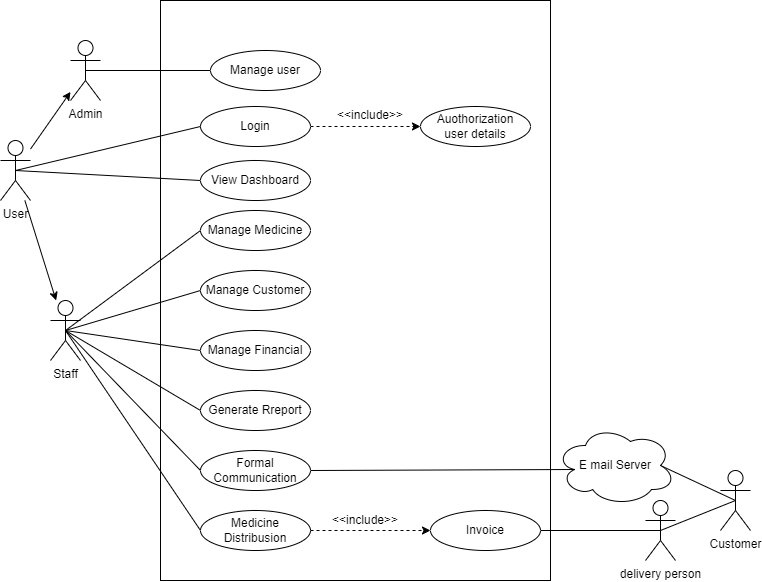
ChandimalPriyamantha/Pharmacy_Shop_Management_System keeps this draw.io diagram as Doc/Use case Diagram/PNG/Use case diagram.png. Above is the earlier version. Source tidied: cells renumbered, new cells last; positions are measured from the earlier drawing's top-left corner, leaving out a move shared by most shapes. Its diagram source:
```xml
<mxGraphModel>
  <root>
    <mxCell id="0" />
    <mxCell id="1" parent="0" />
    <mxCell id="2" style="rounded=0;whiteSpace=wrap;html=1;" parent="1" vertex="1">
      <mxGeometry x="160" width="390" height="580" as="geometry" />
    </mxCell>
    <mxCell id="3" style="rounded=0;jettySize=auto;html=1;" parent="1" edge="1" source="5" target="11">
      <mxGeometry relative="1" as="geometry" />
    </mxCell>
    <mxCell id="4" style="rounded=0;jettySize=auto;html=1;" parent="1" edge="1" source="5" target="14">
      <mxGeometry relative="1" as="geometry" />
    </mxCell>
    <mxCell id="5" value="User" style="shape=umlActor;verticalLabelPosition=bottom;verticalAlign=top;html=1;outlineConnect=0;" parent="1" vertex="1">
      <mxGeometry y="140" width="30" height="60" as="geometry" />
    </mxCell>
    <mxCell id="6" style="rounded=0;jettySize=auto;html=1;exitX=1;exitY=0.5;exitDx=0;exitDy=0;entryX=0;entryY=0.5;entryDx=0;entryDy=0;dashed=1;endArrow=classic;endFill=1;" parent="1" edge="1" source="7" target="15">
      <mxGeometry relative="1" as="geometry" />
    </mxCell>
    <mxCell id="7" value="Login" style="ellipse;whiteSpace=wrap;html=1;" parent="1" vertex="1">
      <mxGeometry x="200" y="106" width="110" height="40" as="geometry" />
    </mxCell>
    <mxCell id="8" style="rounded=0;jettySize=auto;html=1;exitX=0.5;exitY=0.5;exitDx=0;exitDy=0;exitPerimeter=0;entryX=0;entryY=0.5;entryDx=0;entryDy=0;endArrow=none;endFill=0;" parent="1" edge="1" source="11" target="17">
      <mxGeometry relative="1" as="geometry" />
    </mxCell>
    <mxCell id="9" style="rounded=0;jettySize=auto;html=1;exitX=0.5;exitY=0.5;exitDx=0;exitDy=0;exitPerimeter=0;entryX=0;entryY=0.5;entryDx=0;entryDy=0;endArrow=none;endFill=0;" parent="1" edge="1" source="11" target="16">
      <mxGeometry relative="1" as="geometry" />
    </mxCell>
    <mxCell id="10" style="rounded=0;jettySize=auto;html=1;exitX=0.5;exitY=0.5;exitDx=0;exitDy=0;exitPerimeter=0;entryX=0;entryY=0.5;entryDx=0;entryDy=0;endArrow=none;endFill=0;" parent="1" edge="1" source="11" target="18">
      <mxGeometry relative="1" as="geometry" />
    </mxCell>
    <mxCell id="11" value="Staff" style="shape=umlActor;verticalLabelPosition=bottom;verticalAlign=top;html=1;outlineConnect=0;" parent="1" vertex="1">
      <mxGeometry x="50" y="300" width="30" height="60" as="geometry" />
    </mxCell>
    <mxCell id="12" style="rounded=0;jettySize=auto;html=1;exitX=0.5;exitY=0.5;exitDx=0;exitDy=0;exitPerimeter=0;entryX=0;entryY=0.5;entryDx=0;entryDy=0;endArrow=none;endFill=0;" parent="1" edge="1" source="5" target="7">
      <mxGeometry relative="1" as="geometry" />
    </mxCell>
    <mxCell id="13" style="rounded=0;jettySize=auto;html=1;exitX=0.5;exitY=0.5;exitDx=0;exitDy=0;exitPerimeter=0;entryX=0;entryY=0.5;entryDx=0;entryDy=0;endArrow=none;endFill=0;" parent="1" edge="1" source="14" target="21">
      <mxGeometry relative="1" as="geometry" />
    </mxCell>
    <mxCell id="14" value="Admin" style="shape=umlActor;verticalLabelPosition=bottom;verticalAlign=top;html=1;outlineConnect=0;" parent="1" vertex="1">
      <mxGeometry x="70" y="40" width="30" height="60" as="geometry" />
    </mxCell>
    <mxCell id="15" value="Auothorization&lt;br&gt;user details" style="ellipse;whiteSpace=wrap;html=1;" parent="1" vertex="1">
      <mxGeometry x="420" y="106" width="110" height="40" as="geometry" />
    </mxCell>
    <mxCell id="16" value="Manage Medicine" style="ellipse;whiteSpace=wrap;html=1;" parent="1" vertex="1">
      <mxGeometry x="200" y="210" width="110" height="40" as="geometry" />
    </mxCell>
    <mxCell id="17" value="Manage Customer" style="ellipse;whiteSpace=wrap;html=1;" parent="1" vertex="1">
      <mxGeometry x="200" y="270" width="110" height="40" as="geometry" />
    </mxCell>
    <mxCell id="18" value="Generate Rreport" style="ellipse;whiteSpace=wrap;html=1;" parent="1" vertex="1">
      <mxGeometry x="200" y="390" width="110" height="40" as="geometry" />
    </mxCell>
    <mxCell id="19" style="rounded=0;jettySize=auto;html=1;exitX=0;exitY=0.5;exitDx=0;exitDy=0;entryX=0.5;entryY=0.5;entryDx=0;entryDy=0;entryPerimeter=0;endArrow=none;endFill=0;" parent="1" edge="1" source="20" target="11">
      <mxGeometry relative="1" as="geometry" />
    </mxCell>
    <mxCell id="20" value="Manage Financial" style="ellipse;whiteSpace=wrap;html=1;" parent="1" vertex="1">
      <mxGeometry x="200" y="330" width="110" height="40" as="geometry" />
    </mxCell>
    <mxCell id="21" value="Manage user" style="ellipse;whiteSpace=wrap;html=1;" parent="1" vertex="1">
      <mxGeometry x="210" y="50" width="110" height="40" as="geometry" />
    </mxCell>
    <mxCell id="22" style="rounded=0;jettySize=auto;html=1;exitX=0;exitY=0.5;exitDx=0;exitDy=0;entryX=0.5;entryY=0.5;entryDx=0;entryDy=0;entryPerimeter=0;endArrow=none;endFill=0;" parent="1" edge="1" source="24" target="11">
      <mxGeometry relative="1" as="geometry" />
    </mxCell>
    <mxCell id="23" style="rounded=0;jettySize=auto;html=1;exitX=1;exitY=0.5;exitDx=0;exitDy=0;entryX=0.16;entryY=0.55;entryDx=0;entryDy=0;entryPerimeter=0;endArrow=none;endFill=0;" parent="1" edge="1" source="24" target="27">
      <mxGeometry relative="1" as="geometry" />
    </mxCell>
    <mxCell id="24" value="Formal Communication" style="ellipse;whiteSpace=wrap;html=1;" parent="1" vertex="1">
      <mxGeometry x="200" y="450" width="110" height="40" as="geometry" />
    </mxCell>
    <mxCell id="25" value="Customer" style="shape=umlActor;verticalLabelPosition=bottom;verticalAlign=top;html=1;outlineConnect=0;" parent="1" vertex="1">
      <mxGeometry x="720" y="470" width="30" height="60" as="geometry" />
    </mxCell>
    <mxCell id="26" style="rounded=0;jettySize=auto;html=1;exitX=0.875;exitY=0.5;exitDx=0;exitDy=0;exitPerimeter=0;entryX=0.5;entryY=0.5;entryDx=0;entryDy=0;entryPerimeter=0;endArrow=none;endFill=0;" parent="1" edge="1" source="27" target="25">
      <mxGeometry relative="1" as="geometry" />
    </mxCell>
    <mxCell id="27" value="E mail Server" style="ellipse;shape=cloud;whiteSpace=wrap;html=1;" parent="1" vertex="1">
      <mxGeometry x="555" y="425" width="120" height="80" as="geometry" />
    </mxCell>
    <mxCell id="28" value="&amp;lt;&amp;lt;include&amp;gt;&amp;gt;" style="text;html=1;strokeColor=none;fillColor=none;align=center;verticalAlign=middle;whiteSpace=wrap;rounded=0;rotation=0;" parent="1" vertex="1">
      <mxGeometry x="340" y="100" width="60" height="30" as="geometry" />
    </mxCell>
    <mxCell id="29" style="rounded=0;jettySize=auto;html=1;exitX=1;exitY=0.5;exitDx=0;exitDy=0;entryX=0.5;entryY=0.5;entryDx=0;entryDy=0;entryPerimeter=0;endArrow=none;endFill=0;" parent="1" edge="1" source="30" target="36">
      <mxGeometry relative="1" as="geometry" />
    </mxCell>
    <mxCell id="30" value="Invoice" style="ellipse;whiteSpace=wrap;html=1;" parent="1" vertex="1">
      <mxGeometry x="430" y="510" width="110" height="40" as="geometry" />
    </mxCell>
    <mxCell id="31" style="rounded=0;jettySize=auto;html=1;exitX=0;exitY=0.5;exitDx=0;exitDy=0;entryX=0.5;entryY=0.5;entryDx=0;entryDy=0;entryPerimeter=0;endArrow=none;endFill=0;" parent="1" edge="1" source="33" target="11">
      <mxGeometry relative="1" as="geometry" />
    </mxCell>
    <mxCell id="32" style="rounded=0;jettySize=auto;html=1;exitX=1;exitY=0.5;exitDx=0;exitDy=0;entryX=0;entryY=0.5;entryDx=0;entryDy=0;endArrow=classic;endFill=1;dashed=1;" parent="1" edge="1" source="33" target="30">
      <mxGeometry relative="1" as="geometry" />
    </mxCell>
    <mxCell id="33" value="Medicine Distribusion" style="ellipse;whiteSpace=wrap;html=1;" parent="1" vertex="1">
      <mxGeometry x="200" y="510" width="110" height="40" as="geometry" />
    </mxCell>
    <mxCell id="34" value="&amp;lt;&amp;lt;include&amp;gt;&amp;gt;" style="text;html=1;strokeColor=none;fillColor=none;align=center;verticalAlign=middle;whiteSpace=wrap;rounded=0;rotation=0;" parent="1" vertex="1">
      <mxGeometry x="335" y="505" width="60" height="30" as="geometry" />
    </mxCell>
    <mxCell id="35" style="rounded=0;jettySize=auto;html=1;exitX=0.5;exitY=0.5;exitDx=0;exitDy=0;exitPerimeter=0;endArrow=none;endFill=0;entryX=0.5;entryY=0.5;entryDx=0;entryDy=0;entryPerimeter=0;" parent="1" edge="1" source="36" target="25">
      <mxGeometry relative="1" as="geometry" />
    </mxCell>
    <mxCell id="36" value="delivery person" style="shape=umlActor;verticalLabelPosition=bottom;verticalAlign=top;html=1;outlineConnect=0;" parent="1" vertex="1">
      <mxGeometry x="645" y="500" width="30" height="60" as="geometry" />
    </mxCell>
    <mxCell id="37" style="rounded=0;jettySize=auto;html=1;exitX=0.5;exitY=0.5;exitDx=0;exitDy=0;exitPerimeter=0;endArrow=none;endFill=0;entryX=0;entryY=0.5;entryDx=0;entryDy=0;" parent="1" edge="1" source="5" target="38">
      <mxGeometry relative="1" as="geometry" />
    </mxCell>
    <mxCell id="38" value="View Dashboard" style="ellipse;whiteSpace=wrap;html=1;" parent="1" vertex="1">
      <mxGeometry x="200" y="160" width="110" height="40" as="geometry" />
    </mxCell>
  </root>
</mxGraphModel>
```
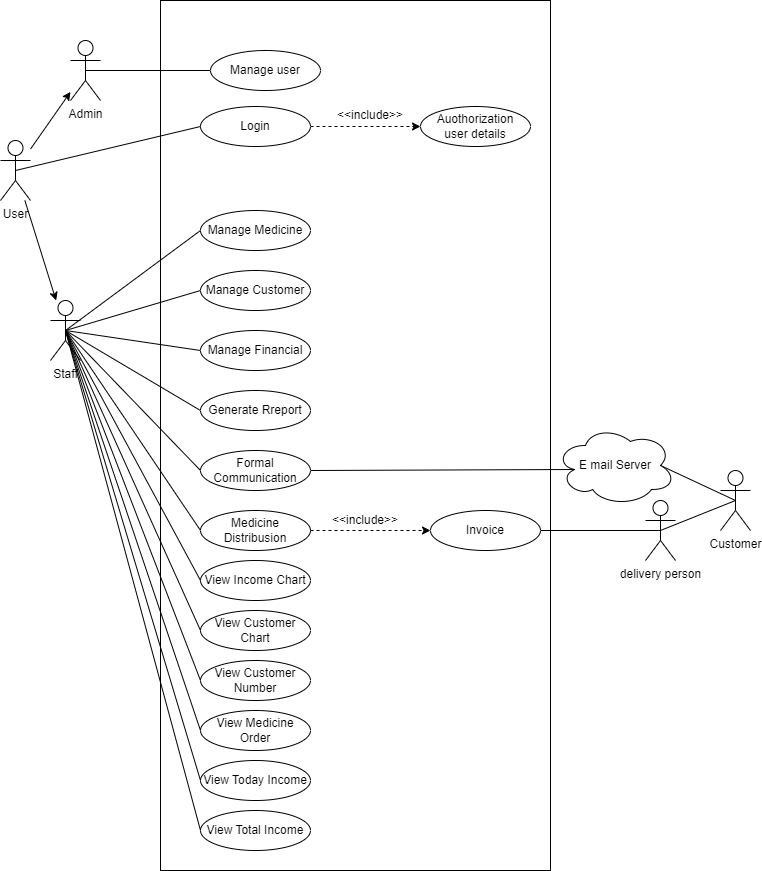
Above is the later version.

Commit message:
Update Usecase diagram

Diff of the diagram source:
```diff
@@ -3,7 +3,7 @@
     <mxCell id="0" />
     <mxCell id="1" parent="0" />
     <mxCell id="2" style="rounded=0;whiteSpace=wrap;html=1;" parent="1" vertex="1">
-      <mxGeometry x="160" width="390" height="580" as="geometry" />
+      <mxGeometry x="160" width="390" height="870" as="geometry" />
     </mxCell>
     <mxCell id="3" style="rounded=0;jettySize=auto;html=1;" parent="1" edge="1" source="5" target="11">
       <mxGeometry relative="1" as="geometry" />
@@ -107,11 +107,41 @@
     <mxCell id="36" value="delivery person" style="shape=umlActor;verticalLabelPosition=bottom;verticalAlign=top;html=1;outlineConnect=0;" parent="1" vertex="1">
       <mxGeometry x="645" y="500" width="30" height="60" as="geometry" />
     </mxCell>
-    <mxCell id="37" style="rounded=0;jettySize=auto;html=1;exitX=0.5;exitY=0.5;exitDx=0;exitDy=0;exitPerimeter=0;endArrow=none;endFill=0;entryX=0;entryY=0.5;entryDx=0;entryDy=0;" parent="1" edge="1" source="5" target="38">
-      <mxGeometry relative="1" as="geometry" />
-    </mxCell>
-    <mxCell id="38" value="View Dashboard" style="ellipse;whiteSpace=wrap;html=1;" parent="1" vertex="1">
-      <mxGeometry x="200" y="160" width="110" height="40" as="geometry" />
-    </mxCell>
+    <mxCell id="39" value="View Income Chart" style="ellipse;whiteSpace=wrap;html=1;" parent="1" vertex="1">
+      <mxGeometry x="200" y="560" width="110" height="40" as="geometry" />
+    </mxCell>
+    <mxCell id="40" value="View Customer Chart" style="ellipse;whiteSpace=wrap;html=1;" parent="1" vertex="1">
+      <mxGeometry x="200" y="610" width="110" height="40" as="geometry" />
+    </mxCell>
+    <mxCell id="41" value="View Customer Number" style="ellipse;whiteSpace=wrap;html=1;" parent="1" vertex="1">
+      <mxGeometry x="200" y="660" width="110" height="40" as="geometry" />
+    </mxCell>
+    <mxCell id="42" value="View Medicine Order" style="ellipse;whiteSpace=wrap;html=1;" parent="1" vertex="1">
+      <mxGeometry x="200" y="710" width="110" height="40" as="geometry" />
+    </mxCell>
+    <mxCell id="43" value="View Today Income" style="ellipse;whiteSpace=wrap;html=1;" parent="1" vertex="1">
+      <mxGeometry x="200" y="760" width="110" height="40" as="geometry" />
+    </mxCell>
+    <mxCell id="44" value="View Total Income" style="ellipse;whiteSpace=wrap;html=1;" parent="1" vertex="1">
+      <mxGeometry x="200" y="810" width="110" height="40" as="geometry" />
+    </mxCell>
+    <mxCell id="45" style="rounded=0;jettySize=auto;html=1;exitX=0;exitY=0.5;exitDx=0;exitDy=0;endArrow=none;endFill=0;entryX=0.5;entryY=0.5;entryDx=0;entryDy=0;entryPerimeter=0;" parent="1" edge="1" source="39" target="11">
+      <mxGeometry relative="1" as="geometry" />
+    </mxCell>
+    <mxCell id="46" style="rounded=0;jettySize=auto;html=1;exitX=0;exitY=0.5;exitDx=0;exitDy=0;endArrow=none;endFill=0;entryX=0.5;entryY=0.5;entryDx=0;entryDy=0;entryPerimeter=0;" parent="1" edge="1" source="40" target="11">
+      <mxGeometry relative="1" as="geometry" />
+    </mxCell>
+    <mxCell id="47" style="rounded=0;jettySize=auto;html=1;exitX=0;exitY=0.5;exitDx=0;exitDy=0;entryX=0.5;entryY=0.5;entryDx=0;entryDy=0;entryPerimeter=0;endArrow=none;endFill=0;" parent="1" edge="1" source="43" target="11">
+      <mxGeometry relative="1" as="geometry" />
+    </mxCell>
+    <mxCell id="48" style="rounded=0;jettySize=auto;html=1;exitX=0;exitY=0.5;exitDx=0;exitDy=0;entryX=0.5;entryY=0.5;entryDx=0;entryDy=0;entryPerimeter=0;endArrow=none;endFill=0;" parent="1" edge="1" source="42" target="11">
+      <mxGeometry relative="1" as="geometry" />
+    </mxCell>
+    <mxCell id="49" style="rounded=0;jettySize=auto;html=1;exitX=0;exitY=0.5;exitDx=0;exitDy=0;entryX=0.5;entryY=0.5;entryDx=0;entryDy=0;entryPerimeter=0;endArrow=none;endFill=0;" parent="1" edge="1" source="41" target="11">
+      <mxGeometry relative="1" as="geometry" />
+    </mxCell>
+    <mxCell id="50" style="rounded=0;jettySize=auto;html=1;exitX=0;exitY=0.5;exitDx=0;exitDy=0;entryX=0.5;entryY=0.5;entryDx=0;entryDy=0;entryPerimeter=0;endArrow=none;endFill=0;" parent="1" edge="1" source="44" target="11">
+      <mxGeometry relative="1" as="geometry" />
+    </mxCell>
   </root>
 </mxGraphModel>
```
